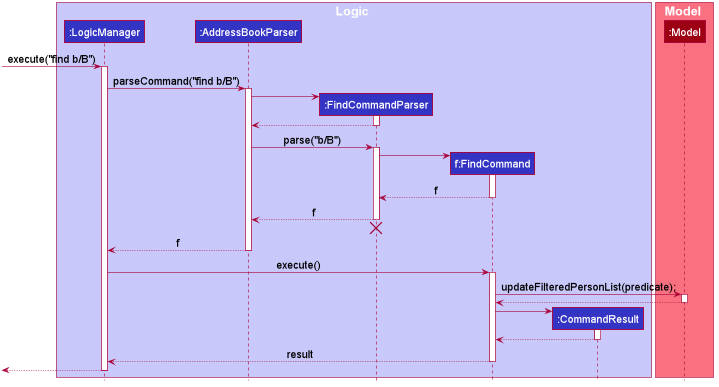
The PlantUML diagram docs/images/FindSequenceDiagram.png in yanchenglee98/tp, before a commit. The source it was exported from:
```plantuml
@startuml








skinparam BackgroundColor #FFFFFFF

skinparam Shadowing false

skinparam Class {
    FontColor #FFFFFF
    BorderThickness 1
    BorderColor #FFFFFF
    StereotypeFontColor #FFFFFF
    FontName Arial
}

skinparam Actor {
    BorderColor #000000
    Color #000000
    FontName Arial
}

skinparam Sequence {
    MessageAlign center
    BoxFontSize 15
    BoxPadding 0
    BoxFontColor #FFFFFF
    FontName Arial
}

skinparam Participant {
    FontColor #FFFFFFF
    Padding 20
}

skinparam MinClassWidth 50
skinparam ParticipantPadding 10
skinparam Shadowing false
skinparam DefaultTextAlignment center
skinparam packageStyle Rectangle

hide footbox
hide members
hide circle

skinparam sequence {
    BoxFontSize 21
    ArrowFontSize 18
    ParticipantFontSize 18
}

box Logic #C8C8FA
participant ":LogicManager" as LogicManager #3333C4
participant ":AddressBookParser" as AddressBookParser #3333C4
participant ":FindCommandParser" as FindCommandParser #3333C4
participant "f:FindCommand" as FindCommand #3333C4
participant ":CommandResult" as CommandResult #3333C4
end box

box Model #F97181
participant ":Model" as Model #9D0012
end box

[-> LogicManager : execute("find b/B")
activate LogicManager

LogicManager -> AddressBookParser : parseCommand("find b/B")
activate AddressBookParser

create FindCommandParser
AddressBookParser -> FindCommandParser
activate FindCommandParser

FindCommandParser --> AddressBookParser
deactivate FindCommandParser

AddressBookParser -> FindCommandParser : parse("b/B")
activate FindCommandParser

create FindCommand
FindCommandParser -> FindCommand

activate FindCommand
FindCommand --> FindCommandParser : f
deactivate FindCommand

FindCommandParser --> AddressBookParser : f
deactivate FindCommandParser
FindCommandParser -[hidden]-> AddressBookParser
destroy FindCommandParser

AddressBookParser --> LogicManager : f
deactivate AddressBookParser

LogicManager -> FindCommand : execute()
activate FindCommand

FindCommand -> Model : updateFilteredPersonList(predicate);
activate Model

Model --> FindCommand
deactivate Model

create CommandResult
FindCommand -> CommandResult
activate CommandResult

CommandResult --> FindCommand
deactivate CommandResult

FindCommand --> LogicManager : result
deactivate FindCommand

[<--LogicManager
deactivate LogicManager
@enduml
```
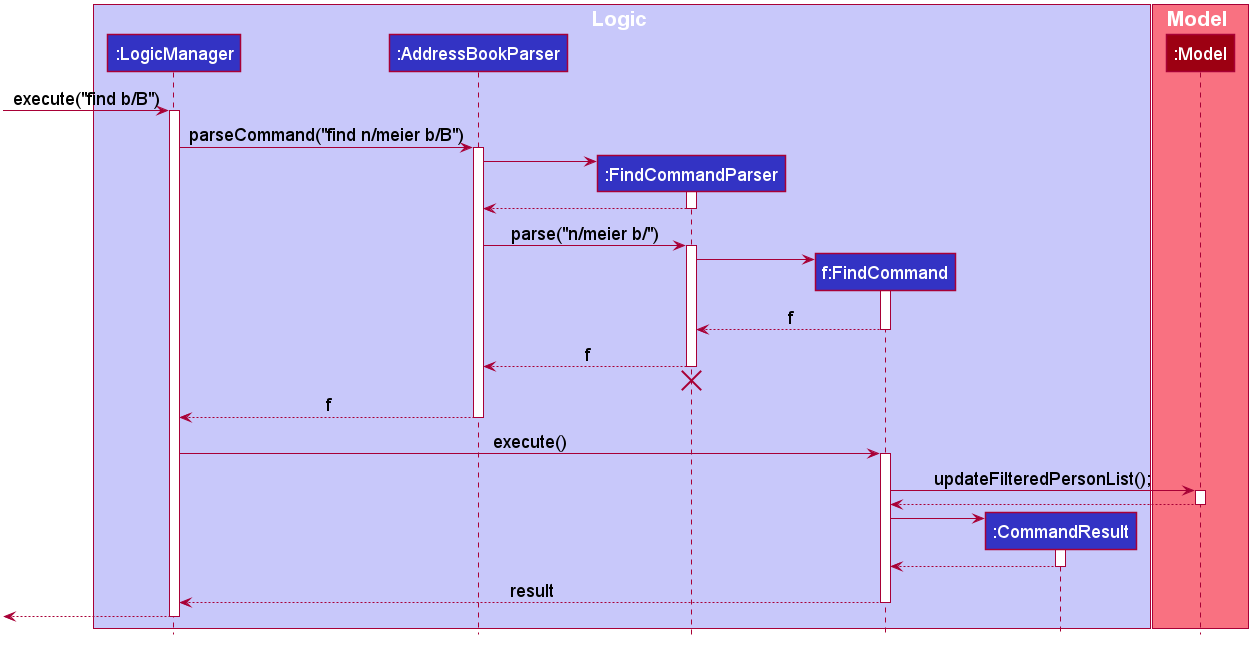
After the commit.

What changed in the source:
```diff
@@ -69,7 +69,7 @@
 [-> LogicManager : execute("find b/B")
 activate LogicManager
 
-LogicManager -> AddressBookParser : parseCommand("find b/B")
+LogicManager -> AddressBookParser : parseCommand("find n/meier b/B")
 activate AddressBookParser
 
 create FindCommandParser
@@ -79,7 +79,7 @@
 FindCommandParser --> AddressBookParser
 deactivate FindCommandParser
 
-AddressBookParser -> FindCommandParser : parse("b/B")
+AddressBookParser -> FindCommandParser : parse("n/meier b/")
 activate FindCommandParser
 
 create FindCommand
@@ -100,7 +100,7 @@
 LogicManager -> FindCommand : execute()
 activate FindCommand
 
-FindCommand -> Model : updateFilteredPersonList(predicate);
+FindCommand -> Model : updateFilteredPersonList();
 activate Model
 
 Model --> FindCommand
```
